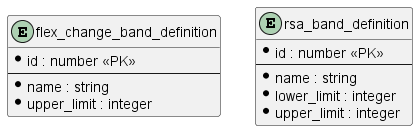
The PlantUML diagram docs/images/storage-model-ref-internal.png in UKHomeOffice/callisto-accruals-restapi, before a commit. The source it was exported from:
```plantuml
@startuml

entity flex_change_band_definition {
  * id : number <<PK>>
  --
  * name : string
  * upper_limit : integer
}

entity rsa_band_definition {
  * id : number <<PK>>
  --
  * name : string
  * lower_limit : integer
  * upper_limit : integer
}


@enduml
```
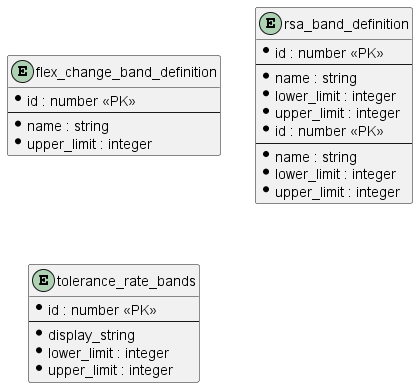
After the commit.

Commit message:
Add tolerance band definition

Diff of the diagram source:
```diff
@@ -15,5 +15,21 @@
   * upper_limit : integer
 }
 
+entity rsa_band_definition {
+  * id : number <<PK>>
+  --
+  * name : string
+  * lower_limit : integer
+  * upper_limit : integer
+}
+
+entity tolerance_rate_bands {
+  * id : number <<PK>>
+  --
+  * display_string
+  * lower_limit : integer
+  * upper_limit : integer
+}
+
 
 @enduml
```
